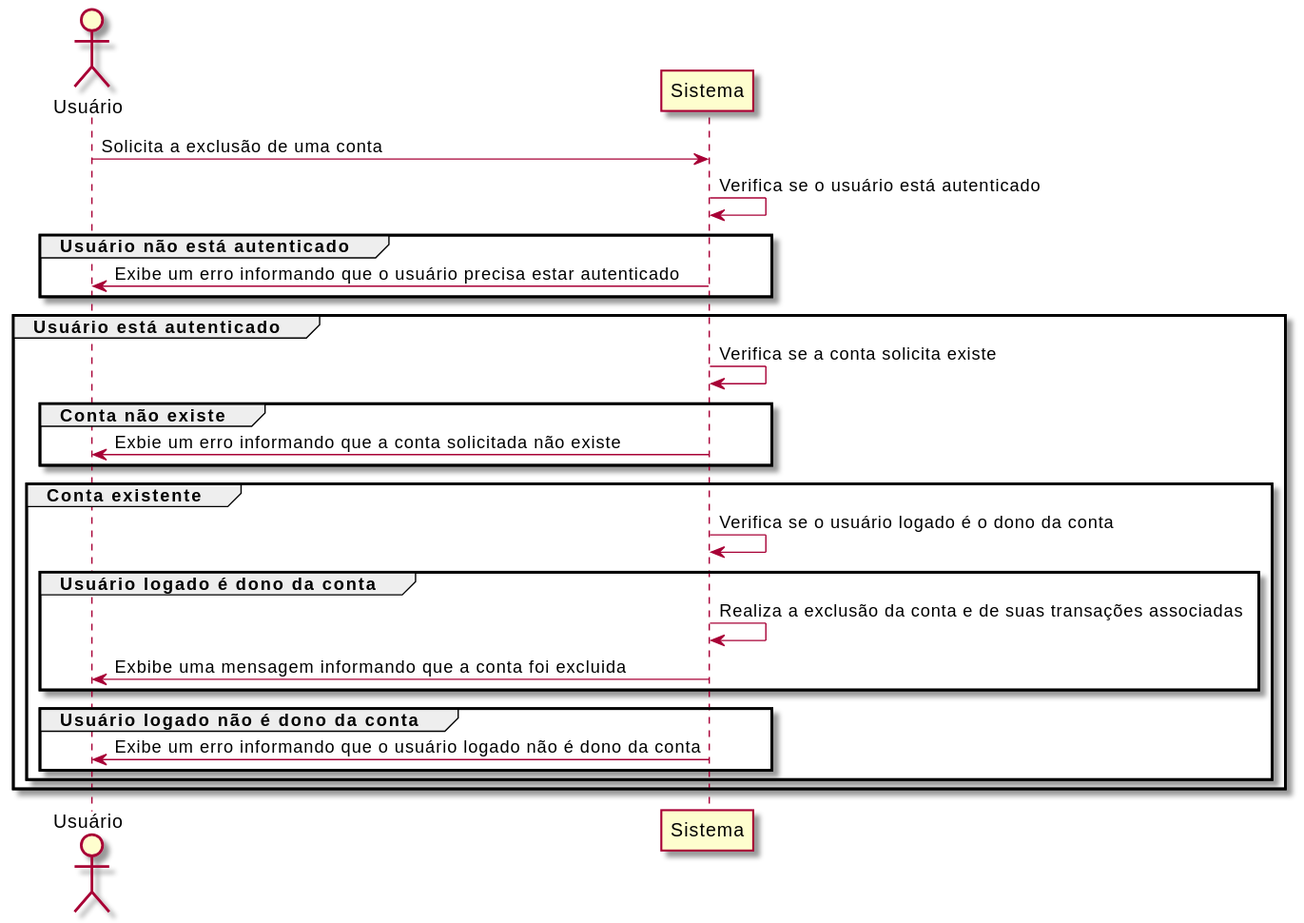
Before: out/casos-de-uso/conta/CON05/CON05.svg, a diagram exported from PlantUML (CleysonPH/desafio-gastos-pessoais). The source it was exported from:
```plantuml
@startuml CON05

actor Usuário
participant Sistema

Usuário -> Sistema: Solicita a exclusão de uma conta

Sistema -> Sistema: Verifica se o usuário está autenticado

group Usuário não está autenticado
  Sistema -> Usuário: Exibe um erro informando que o usuário precisa estar autenticado
end

group Usuário está autenticado
  Sistema -> Sistema: Verifica se a conta solicita existe
  group Conta não existe
    Sistema -> Usuário: Exbie um erro informando que a conta solicitada não existe
  end

  group Conta existente
    Sistema -> Sistema: Verifica se o usuário logado é o dono da conta

    group Usuário logado é dono da conta
      Sistema -> Sistema: Realiza a exclusão da conta e de suas transações associadas
      Sistema -> Usuário: Exbibe uma mensagem informando que a conta foi excluida
    end

    group Usuário logado não é dono da conta
      Sistema -> Usuário: Exibe um erro informando que o usuário logado não é dono da conta
    end
  end
end

@enduml
```
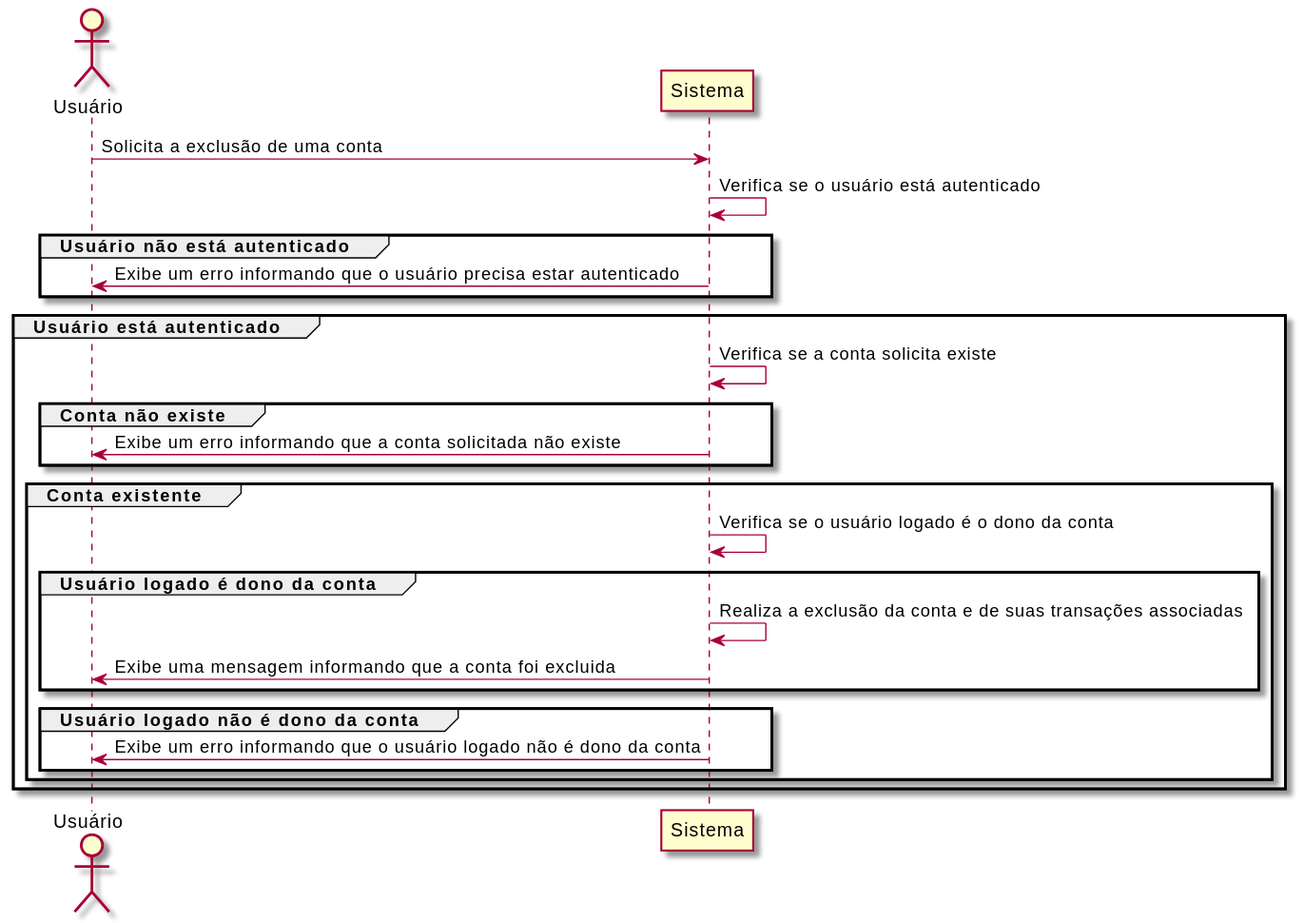
After the commit.

Commit message:
corrige erro de digitação

What changed in the source:
```diff
@@ -14,7 +14,7 @@
 group Usuário está autenticado
   Sistema -> Sistema: Verifica se a conta solicita existe
   group Conta não existe
-    Sistema -> Usuário: Exbie um erro informando que a conta solicitada não existe
+    Sistema -> Usuário: Exibe um erro informando que a conta solicitada não existe
   end
 
   group Conta existente
@@ -22,7 +22,7 @@
 
     group Usuário logado é dono da conta
       Sistema -> Sistema: Realiza a exclusão da conta e de suas transações associadas
-      Sistema -> Usuário: Exbibe uma mensagem informando que a conta foi excluida
+      Sistema -> Usuário: Exibe uma mensagem informando que a conta foi excluida
     end
 
     group Usuário logado não é dono da conta
```
